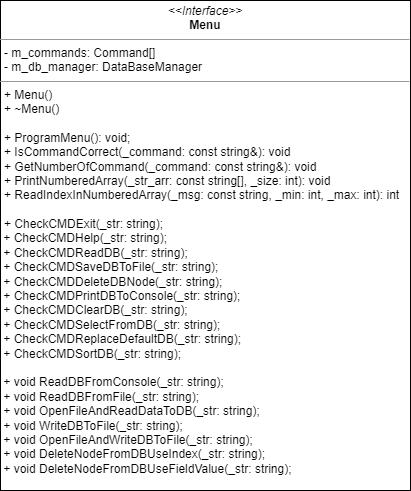
Above: diagrams/menu.drawio.png in AKTOETO/SUBD_kursovaya-2022 (draw.io), before the change. Source tidied: cells renumbered, new cells last; positions are measured from the earlier drawing's top-left corner, leaving out a move shared by most shapes.
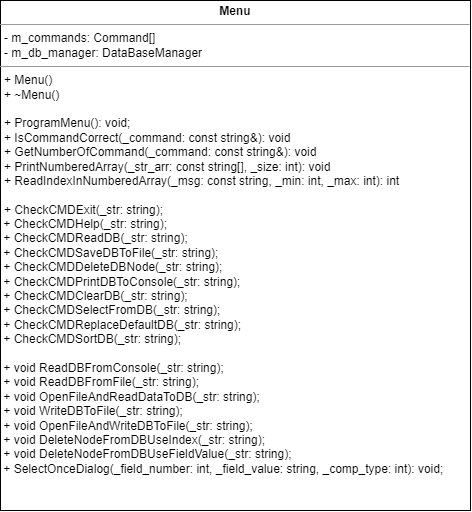
Later version of the same file.

Diff of the diagram source:
```diff
@@ -2,8 +2,8 @@
   <root>
     <mxCell id="0" />
     <mxCell id="1" parent="0" />
-    <mxCell id="2" value="&lt;p style=&quot;margin: 0px ; margin-top: 4px ; text-align: center&quot;&gt;&lt;i&gt;&amp;lt;&amp;lt;Interface&amp;gt;&amp;gt;&lt;/i&gt;&lt;br&gt;&lt;b&gt;Menu&lt;/b&gt;&lt;/p&gt;&lt;hr size=&quot;1&quot;&gt;&lt;p style=&quot;margin: 0px ; margin-left: 4px&quot;&gt;- m_commands: Command[]&lt;br&gt;- m_db_manager: DataBaseManager&lt;/p&gt;&lt;hr size=&quot;1&quot;&gt;&lt;p style=&quot;margin: 0px ; margin-left: 4px&quot;&gt;+ Menu()&lt;br&gt;+ ~Menu()&lt;/p&gt;&lt;p style=&quot;margin: 0px ; margin-left: 4px&quot;&gt;&lt;br&gt;&lt;/p&gt;&lt;p style=&quot;margin: 0px ; margin-left: 4px&quot;&gt;+ ProgramMenu(): void;&lt;/p&gt;&lt;p style=&quot;margin: 0px ; margin-left: 4px&quot;&gt;+ IsCommandCorrect(_command: const string&amp;amp;)&lt;span&gt;: void&lt;/span&gt;&lt;/p&gt;&lt;p style=&quot;margin: 0px ; margin-left: 4px&quot;&gt;+ GetNumberOfCommand&lt;span&gt;(_command: const string&amp;amp;): void&lt;/span&gt;&lt;/p&gt;&lt;p style=&quot;margin: 0px ; margin-left: 4px&quot;&gt;+ PrintNumberedArray(_str_arr: const string[], _size: int): void&lt;/p&gt;&lt;p style=&quot;margin: 0px ; margin-left: 4px&quot;&gt;+ ReadIndexInNumberedArray(_msg: const string, _min: int, _max: int): int&lt;/p&gt;&lt;p style=&quot;margin: 0px ; margin-left: 4px&quot;&gt;&lt;br&gt;&lt;/p&gt;&lt;p style=&quot;margin: 0px ; margin-left: 4px&quot;&gt;+ CheckCMDExit(_str: string);&lt;/p&gt;&amp;nbsp;+ CheckCMDHelp(_str: string);&lt;br&gt;&amp;nbsp;+ CheckCMDReadDB(_str: string);&lt;br&gt;&amp;nbsp;+ CheckCMDSaveDBToFile(_str: string);&lt;br&gt;&amp;nbsp;+ CheckCMDDeleteDBNode(_str: string);&lt;br&gt;&amp;nbsp;+ CheckCMDPrintDBToConsole(_str: string);&lt;br&gt;&amp;nbsp;+ CheckCMDClearDB(_str: string);&lt;br&gt;&amp;nbsp;+ CheckCMDSelectFromDB(_str: string);&lt;br&gt;&amp;nbsp;+&amp;nbsp;CheckCMDReplaceDefaultDB(_str: string);&lt;br&gt;&amp;nbsp;+ CheckCMDSortDB(_str: string);&lt;br&gt;&lt;br&gt;&lt;div&gt;&lt;span&gt;&lt;/span&gt;&amp;nbsp;+ void ReadDBFromConsole(_str:&amp;nbsp;&lt;span&gt;string);&lt;/span&gt;&lt;/div&gt;&lt;div&gt;&lt;span&gt;&lt;/span&gt;&amp;nbsp;+ void ReadDBFromFile(_str:&amp;nbsp;&lt;span&gt;string&lt;/span&gt;);&lt;/div&gt;&amp;nbsp;+&amp;nbsp;&lt;span&gt;void OpenFileAndReadDataToDB(&lt;/span&gt;_str:&amp;nbsp;&lt;span&gt;string&lt;/span&gt;&lt;span&gt;);&lt;/span&gt;&lt;br&gt;&amp;nbsp;+&amp;nbsp;&lt;span&gt;void WriteDBToFile(&lt;/span&gt;_str:&amp;nbsp;&lt;span&gt;string&lt;/span&gt;&lt;span&gt;);&lt;/span&gt;&lt;br&gt;&amp;nbsp;+&amp;nbsp;&lt;span&gt;void OpenFileAndWriteDBToFile(&lt;/span&gt;_str:&amp;nbsp;&lt;span&gt;string&lt;/span&gt;&lt;span&gt;);&lt;/span&gt;&lt;br&gt;&amp;nbsp;+&amp;nbsp;&lt;span&gt;void DeleteNodeFromDBUseIndex(&lt;/span&gt;_str:&amp;nbsp;&lt;span&gt;string&lt;/span&gt;&lt;span&gt;);&lt;/span&gt;&lt;br&gt;&amp;nbsp;+&amp;nbsp;&lt;span&gt;void DeleteNodeFromDBUseFieldValue(&lt;/span&gt;_str:&amp;nbsp;&lt;span&gt;string&lt;/span&gt;&lt;span&gt;);&lt;/span&gt;" style="verticalAlign=top;align=left;overflow=fill;fontSize=12;fontFamily=Helvetica;html=1;" parent="1" vertex="1">
-      <mxGeometry width="410" height="490" as="geometry" />
+    <mxCell id="2" value="&lt;p style=&quot;margin: 0px ; margin-top: 4px ; text-align: center&quot;&gt;&lt;b&gt;Menu&lt;/b&gt;&lt;/p&gt;&lt;hr size=&quot;1&quot;&gt;&lt;p style=&quot;margin: 0px ; margin-left: 4px&quot;&gt;- m_commands: Command[]&lt;br&gt;- m_db_manager: DataBaseManager&lt;/p&gt;&lt;hr size=&quot;1&quot;&gt;&lt;p style=&quot;margin: 0px ; margin-left: 4px&quot;&gt;+ Menu()&lt;br&gt;+ ~Menu()&lt;/p&gt;&lt;p style=&quot;margin: 0px ; margin-left: 4px&quot;&gt;&lt;br&gt;&lt;/p&gt;&lt;p style=&quot;margin: 0px ; margin-left: 4px&quot;&gt;+ ProgramMenu(): void;&lt;/p&gt;&lt;p style=&quot;margin: 0px ; margin-left: 4px&quot;&gt;+ IsCommandCorrect(_command: const string&amp;amp;)&lt;span&gt;: void&lt;/span&gt;&lt;/p&gt;&lt;p style=&quot;margin: 0px ; margin-left: 4px&quot;&gt;+ GetNumberOfCommand&lt;span&gt;(_command: const string&amp;amp;): void&lt;/span&gt;&lt;/p&gt;&lt;p style=&quot;margin: 0px ; margin-left: 4px&quot;&gt;+ PrintNumberedArray(_str_arr: const string[], _size: int): void&lt;/p&gt;&lt;p style=&quot;margin: 0px ; margin-left: 4px&quot;&gt;+ ReadIndexInNumberedArray(_msg: const string, _min: int, _max: int): int&lt;/p&gt;&lt;p style=&quot;margin: 0px ; margin-left: 4px&quot;&gt;&lt;br&gt;&lt;/p&gt;&lt;p style=&quot;margin: 0px ; margin-left: 4px&quot;&gt;+ CheckCMDExit(_str: string);&lt;/p&gt;&amp;nbsp;+ CheckCMDHelp(_str: string);&lt;br&gt;&amp;nbsp;+ CheckCMDReadDB(_str: string);&lt;br&gt;&amp;nbsp;+ CheckCMDSaveDBToFile(_str: string);&lt;br&gt;&amp;nbsp;+ CheckCMDDeleteDBNode(_str: string);&lt;br&gt;&amp;nbsp;+ CheckCMDPrintDBToConsole(_str: string);&lt;br&gt;&amp;nbsp;+ CheckCMDClearDB(_str: string);&lt;br&gt;&amp;nbsp;+ CheckCMDSelectFromDB(_str: string);&lt;br&gt;&amp;nbsp;+&amp;nbsp;CheckCMDReplaceDefaultDB(_str: string);&lt;br&gt;&amp;nbsp;+ CheckCMDSortDB(_str: string);&lt;br&gt;&lt;br&gt;&lt;div&gt;&lt;span&gt;&lt;/span&gt;&amp;nbsp;+ void ReadDBFromConsole(_str:&amp;nbsp;&lt;span&gt;string);&lt;/span&gt;&lt;/div&gt;&lt;div&gt;&lt;span&gt;&lt;/span&gt;&amp;nbsp;+ void ReadDBFromFile(_str:&amp;nbsp;&lt;span&gt;string&lt;/span&gt;);&lt;/div&gt;&amp;nbsp;+&amp;nbsp;&lt;span&gt;void OpenFileAndReadDataToDB(&lt;/span&gt;_str:&amp;nbsp;&lt;span&gt;string&lt;/span&gt;&lt;span&gt;);&lt;/span&gt;&lt;br&gt;&amp;nbsp;+&amp;nbsp;&lt;span&gt;void WriteDBToFile(&lt;/span&gt;_str:&amp;nbsp;&lt;span&gt;string&lt;/span&gt;&lt;span&gt;);&lt;/span&gt;&lt;br&gt;&amp;nbsp;+&amp;nbsp;&lt;span&gt;void OpenFileAndWriteDBToFile(&lt;/span&gt;_str:&amp;nbsp;&lt;span&gt;string&lt;/span&gt;&lt;span&gt;);&lt;/span&gt;&lt;br&gt;&amp;nbsp;+&amp;nbsp;&lt;span&gt;void DeleteNodeFromDBUseIndex(&lt;/span&gt;_str:&amp;nbsp;&lt;span&gt;string&lt;/span&gt;&lt;span&gt;);&lt;/span&gt;&lt;br&gt;&amp;nbsp;+&amp;nbsp;&lt;span&gt;void DeleteNodeFromDBUseFieldValue(&lt;/span&gt;_str:&amp;nbsp;&lt;span&gt;string&lt;/span&gt;&lt;span&gt;);&lt;br&gt;&amp;nbsp;+ SelectOnceDialog(_field_number: int, _field_value: string, _comp_type: int): void;&lt;br&gt;&lt;/span&gt;" style="verticalAlign=top;align=left;overflow=fill;fontSize=12;fontFamily=Helvetica;html=1;" parent="1" vertex="1">
+      <mxGeometry width="470" height="510" as="geometry" />
     </mxCell>
   </root>
 </mxGraphModel>
```
